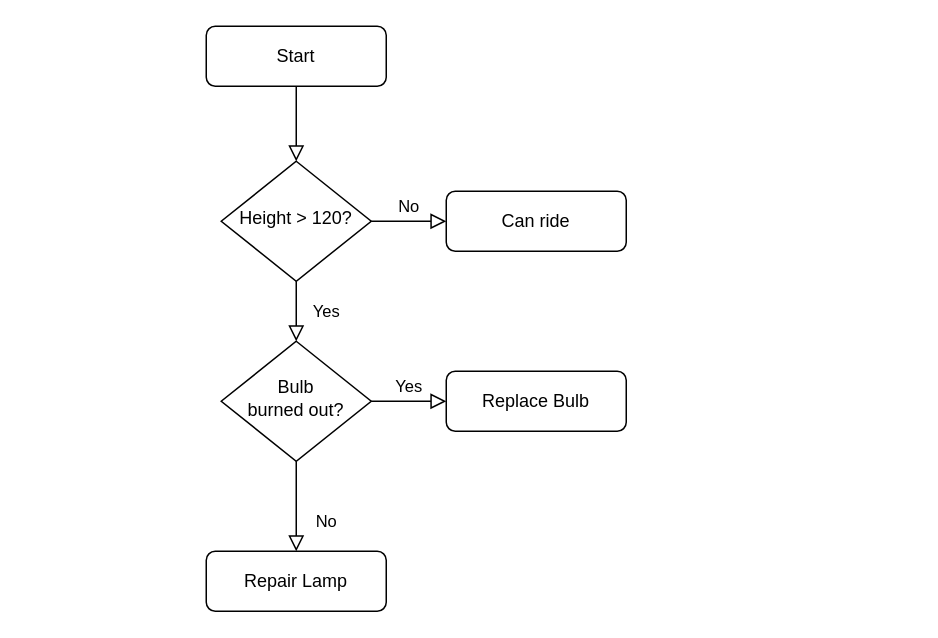
djkeu/draw_daigrams keeps this draw.io diagram as Untitled Diagram.drawio. Above is the earlier version. Source tidied: cells renumbered, new cells numbered last; positions are measured from the earlier drawing's top-left corner, leaving out a move shared by most shapes. Both pictures are drawn from the tidied source at 150%, with x=0, y=0 at pixel (206, 26).
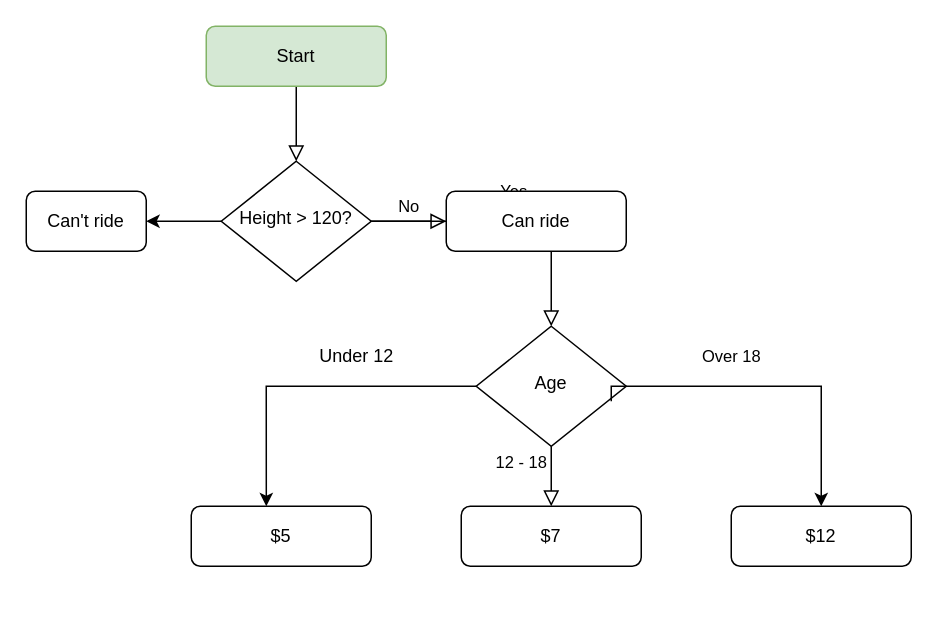
The same diagram, later.

Unchanged cells that the change refers to:
```xml
<mxCell id="6" value="Height &amp;gt; 120?" style="rhombus;whiteSpace=wrap;html=1;shadow=0;fontFamily=Helvetica;fontSize=12;align=center;strokeWidth=1;spacing=6;spacingTop=-4;" parent="1" vertex="1">
  <mxGeometry x="10" y="90" width="100" height="80" as="geometry" />
</mxCell>
```

The edit, as a diff of the source:
```diff
@@
-    <mxCell id="3" value="Start" style="rounded=1;whiteSpace=wrap;html=1;fontSize=12;glass=0;strokeWidth=1;shadow=0;" parent="1" vertex="1">
+    <mxCell id="3" value="Start" style="rounded=1;whiteSpace=wrap;html=1;fontSize=12;glass=0;strokeWidth=1;shadow=0;fillColor=#d5e8d4;strokeColor=#82b366;" parent="1" vertex="1">
       <mxGeometry width="120" height="40" as="geometry" />
     </mxCell>
@@
+    <mxCell id="13" style="edgeStyle=orthogonalEdgeStyle;rounded=0;jettySize=auto;html=1;" parent="1" edge="1" source="6">
+      <mxGeometry relative="1" as="geometry">
+        <mxPoint x="-40" y="130" as="targetPoint" />
+        <Array as="points">
+          <mxPoint x="-40" y="130" />
+        </Array>
+      </mxGeometry>
+    </mxCell>
@@
-    <mxCell id="8" value="No" style="rounded=0;html=1;jettySize=auto;fontSize=11;endArrow=block;endFill=0;endSize=8;strokeWidth=1;shadow=0;labelBackgroundColor=none;edgeStyle=orthogonalEdgeStyle;" parent="1" edge="1" source="10" target="11">
-      <mxGeometry x="0.33" y="20" relative="1" as="geometry" />
+    <mxCell id="8" value="12 - 18" style="rounded=0;html=1;jettySize=auto;fontSize=11;endArrow=block;endFill=0;endSize=8;strokeWidth=1;shadow=0;labelBackgroundColor=none;edgeStyle=orthogonalEdgeStyle;" parent="1" edge="1" source="10" target="11">
+      <mxGeometry x="-0.44" y="-20" relative="1" as="geometry" />
     </mxCell>
-    <mxCell id="9" value="Yes" style="edgeStyle=orthogonalEdgeStyle;rounded=0;html=1;jettySize=auto;fontSize=11;endArrow=block;endFill=0;endSize=8;strokeWidth=1;shadow=0;labelBackgroundColor=none;" parent="1" edge="1" source="10" target="12">
-      <mxGeometry y="10" relative="1" as="geometry" />
-    </mxCell>
+    <mxCell id="14" style="edgeStyle=orthogonalEdgeStyle;rounded=0;jettySize=auto;html=1;entryX=0.417;entryY=0;entryDx=0;entryDy=0;entryPerimeter=0;" parent="1" edge="1" source="10" target="18">
+      <mxGeometry relative="1" as="geometry" />
+    </mxCell>
-    <mxCell id="10" value="Bulb&lt;br&gt;burned out?" style="rhombus;whiteSpace=wrap;html=1;shadow=0;fontFamily=Helvetica;fontSize=12;align=center;strokeWidth=1;spacing=6;spacingTop=-4;" parent="1" vertex="1">
-      <mxGeometry x="10" y="210" width="100" height="80" as="geometry" />
+    <mxCell id="10" value="Age" style="rhombus;whiteSpace=wrap;html=1;shadow=0;fontFamily=Helvetica;fontSize=12;align=center;strokeWidth=1;spacing=6;spacingTop=-4;" parent="1" vertex="1">
+      <mxGeometry x="180" y="200" width="100" height="80" as="geometry" />
     </mxCell>
-    <mxCell id="11" value="Repair Lamp" style="rounded=1;whiteSpace=wrap;html=1;fontSize=12;glass=0;strokeWidth=1;shadow=0;" parent="1" vertex="1">
-      <mxGeometry y="350" width="120" height="40" as="geometry" />
+    <mxCell id="11" value="$7" style="rounded=1;whiteSpace=wrap;html=1;fontSize=12;glass=0;strokeWidth=1;shadow=0;" parent="1" vertex="1">
+      <mxGeometry x="170" y="320" width="120" height="40" as="geometry" />
     </mxCell>
-    <mxCell id="12" value="Replace Bulb" style="rounded=1;whiteSpace=wrap;html=1;fontSize=12;glass=0;strokeWidth=1;shadow=0;" parent="1" vertex="1">
-      <mxGeometry x="160" y="230" width="120" height="40" as="geometry" />
-    </mxCell>
+    <mxCell id="15" value="Over 18" style="edgeStyle=orthogonalEdgeStyle;rounded=0;jettySize=auto;html=1;" parent="1" edge="1" target="16">
+      <mxGeometry x="-0.22" y="20" relative="1" as="geometry">
+        <mxPoint x="270" y="250" as="sourcePoint" />
+        <Array as="points">
+          <mxPoint x="270" y="240" />
+          <mxPoint x="410" y="240" />
+        </Array>
+      </mxGeometry>
+    </mxCell>
+    <mxCell id="16" value="$12" style="rounded=1;whiteSpace=wrap;html=1;fontSize=12;glass=0;strokeWidth=1;shadow=0;" parent="1" vertex="1">
+      <mxGeometry x="350" y="320" width="120" height="40" as="geometry" />
+    </mxCell>
+    <mxCell id="17" value="Can't ride" style="rounded=1;whiteSpace=wrap;html=1;" parent="1" vertex="1">
+      <mxGeometry x="-120" y="110" width="80" height="40" as="geometry" />
+    </mxCell>
+    <mxCell id="18" value="$5" style="rounded=1;whiteSpace=wrap;html=1;" parent="1" vertex="1">
+      <mxGeometry x="-10" y="320" width="120" height="40" as="geometry" />
+    </mxCell>
+    <mxCell id="19" value="&lt;div&gt;Under 12&lt;/div&gt;" style="text;html=1;align=center;verticalAlign=middle;" parent="1" vertex="1">
+      <mxGeometry x="70" y="210" width="60" height="20" as="geometry" />
+    </mxCell>
```
